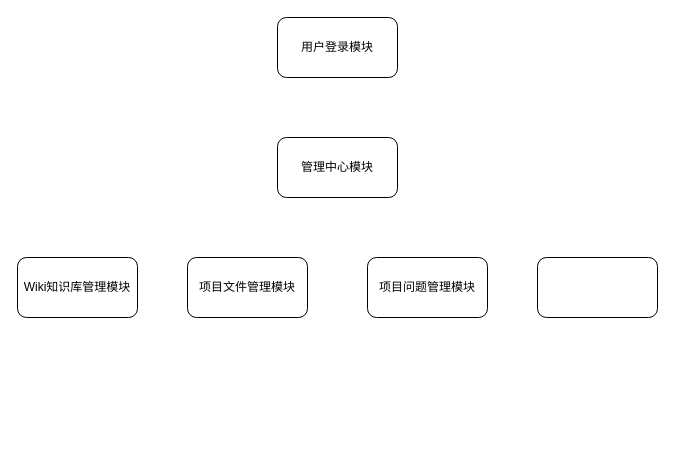
The draw.io diagram Uproject framework.drawio in wupei-w/diagrams, before the edit. Source tidied: cells renumbered, new cells numbered last; positions are measured from the earlier drawing's top-left corner, leaving out a move shared by most shapes. Both pictures are drawn from the tidied source at 100%, with x=0, y=0 at pixel (17, 17).
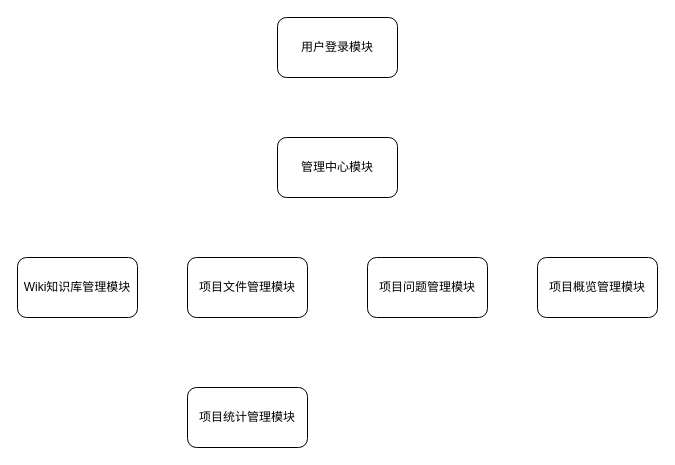
The same diagram, later.

Diff of the diagram source:
```diff
@@
 <mxGraphModel>
   <root>
     <mxCell id="0" />
     <mxCell id="1" parent="0" />
     <mxCell id="2" value="用户登录模块" style="rounded=1;whiteSpace=wrap;html=1;" parent="1" vertex="1">
       <mxGeometry x="260" width="120" height="60" as="geometry" />
     </mxCell>
     <mxCell id="3" value="管理中心模块" style="rounded=1;whiteSpace=wrap;html=1;" parent="1" vertex="1">
       <mxGeometry x="260" y="120" width="120" height="60" as="geometry" />
     </mxCell>
     <mxCell id="4" value="Wiki知识库管理模块" style="rounded=1;whiteSpace=wrap;html=1;" parent="1" vertex="1">
       <mxGeometry y="240" width="120" height="60" as="geometry" />
     </mxCell>
     <mxCell id="5" value="项目文件管理模块" style="rounded=1;whiteSpace=wrap;html=1;" parent="1" vertex="1">
       <mxGeometry x="170" y="240" width="120" height="60" as="geometry" />
     </mxCell>
     <mxCell id="6" value="项目问题管理模块" style="rounded=1;whiteSpace=wrap;html=1;" parent="1" vertex="1">
       <mxGeometry x="350" y="240" width="120" height="60" as="geometry" />
     </mxCell>
-    <mxCell id="7" style="rounded=1;whiteSpace=wrap;html=1;" parent="1" vertex="1">
+    <mxCell id="7" value="项目概览管理模块" style="rounded=1;whiteSpace=wrap;html=1;" parent="1" vertex="1">
       <mxGeometry x="520" y="240" width="120" height="60" as="geometry" />
     </mxCell>
+    <mxCell id="8" value="项目统计管理模块" style="rounded=1;whiteSpace=wrap;html=1;" parent="1" vertex="1">
+      <mxGeometry x="170" y="370" width="120" height="60" as="geometry" />
+    </mxCell>
   </root>
 </mxGraphModel>
```
